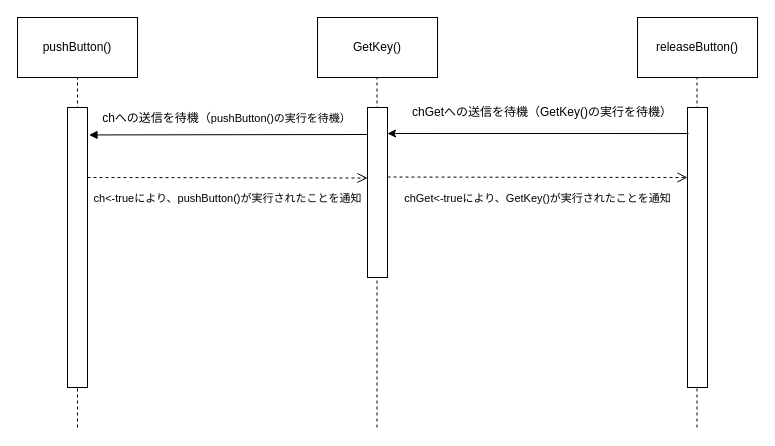
The draw.io diagram sample/arduino_lesson/lesson11/sequence.drawio in sato22/Sm2Go, before the edit. Source tidied: cells renumbered, new cells numbered last; positions are measured from the earlier drawing's top-left corner, leaving out a move shared by most shapes. Both pictures are drawn from the tidied source at 100%, with x=0, y=0 at pixel (-63, 17).
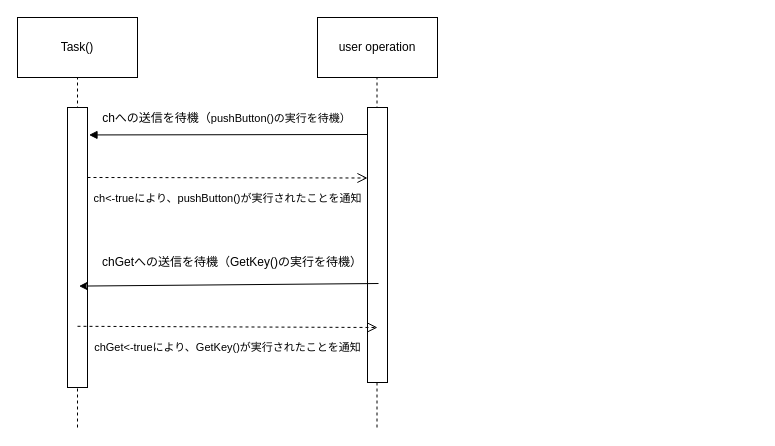
Above is the later version.

The edit, as a diff of the source:
```diff
@@
-    <mxCell id="3" style="endArrow=none;dashed=1;html=1;entryX=0.5;entryY=1;entryDx=0;entryDy=0;" parent="1" edge="1">
-      <mxGeometry relative="1" as="geometry">
-        <mxPoint x="759.5" y="410" as="sourcePoint" />
-        <mxPoint x="759.5" y="60" as="targetPoint" />
-      </mxGeometry>
-    </mxCell>
@@
-    <mxCell id="5" value="pushButton()" style="rounded=0;whiteSpace=wrap;html=1;" parent="1" vertex="1">
+    <mxCell id="5" value="Task()" style="rounded=0;whiteSpace=wrap;html=1;" parent="1" vertex="1">
       <mxGeometry x="80" width="120" height="60" as="geometry" />
     </mxCell>
-    <mxCell id="6" value="GetKey()" style="rounded=0;whiteSpace=wrap;html=1;" parent="1" vertex="1">
+    <mxCell id="6" value="user operation" style="rounded=0;whiteSpace=wrap;html=1;" parent="1" vertex="1">
       <mxGeometry x="380" width="120" height="60" as="geometry" />
     </mxCell>
-    <mxCell id="7" value="releaseButton()" style="rounded=0;whiteSpace=wrap;html=1;" parent="1" vertex="1">
-      <mxGeometry x="700" width="120" height="60" as="geometry" />
-    </mxCell>
@@
     <mxCell id="9" style="rounded=0;whiteSpace=wrap;html=1;rotation=90;" parent="1" vertex="1">
-      <mxGeometry x="355" y="165" width="170" height="20" as="geometry" />
+      <mxGeometry x="302.5" y="217.5" width="275" height="20" as="geometry" />
     </mxCell>
-    <mxCell id="10" style="rounded=0;whiteSpace=wrap;html=1;rotation=90;" parent="1" vertex="1">
-      <mxGeometry x="620" y="220" width="280" height="20" as="geometry" />
-    </mxCell>
-    <mxCell id="11" style="endArrow=classic;html=1;exitX=0.093;exitY=0.95;exitDx=0;exitDy=0;entryX=0.153;entryY=0;entryDx=0;entryDy=0;exitPerimeter=0;entryPerimeter=0;" parent="1" edge="1" source="10" target="9">
-      <mxGeometry relative="1" as="geometry" />
+    <mxCell id="11" style="endArrow=classic;html=1;exitX=0.093;exitY=0.95;exitDx=0;exitDy=0;entryX=0.104;entryY=-0.075;entryDx=0;entryDy=0;exitPerimeter=0;entryPerimeter=0;" parent="1" edge="1">
+      <mxGeometry relative="1" as="geometry">
+        <mxPoint x="441" y="266" as="sourcePoint" />
+        <mxPoint x="141.5" y="268.6" as="targetPoint" />
+      </mxGeometry>
     </mxCell>
     <mxCell id="12" value="chGetへの送信を待機（GetKey()の実行を待機）" style="text;html=1;strokeColor=none;fillColor=none;align=center;verticalAlign=middle;whiteSpace=wrap;rounded=0;" parent="1" vertex="1">
-      <mxGeometry x="470" y="80" width="270" height="30" as="geometry" />
+      <mxGeometry x="160" y="230" width="270" height="30" as="geometry" />
     </mxCell>
-    <mxCell id="13" value="chGet&amp;lt;-trueにより、GetKey()が実行されたことを通知" style="html=1;verticalAlign=bottom;endArrow=open;dashed=1;endSize=8;entryX=0.25;entryY=1;entryDx=0;entryDy=0;exitX=0.409;exitY=0;exitDx=0;exitDy=0;exitPerimeter=0;" parent="1" edge="1" source="9" target="10">
-      <mxGeometry y="-30" relative="1" as="geometry" />
+    <mxCell id="13" value="chGet&amp;lt;-trueにより、GetKey()が実行されたことを通知" style="html=1;verticalAlign=bottom;endArrow=open;dashed=1;endSize=8;entryX=0.25;entryY=1;entryDx=0;entryDy=0;exitX=0.25;exitY=0;exitDx=0;exitDy=0;" parent="1" edge="1">
+      <mxGeometry y="-30" relative="1" as="geometry">
+        <mxPoint x="140" y="308.8" as="sourcePoint" />
+        <mxPoint x="440" y="310" as="targetPoint" />
+      </mxGeometry>
     </mxCell>
```
